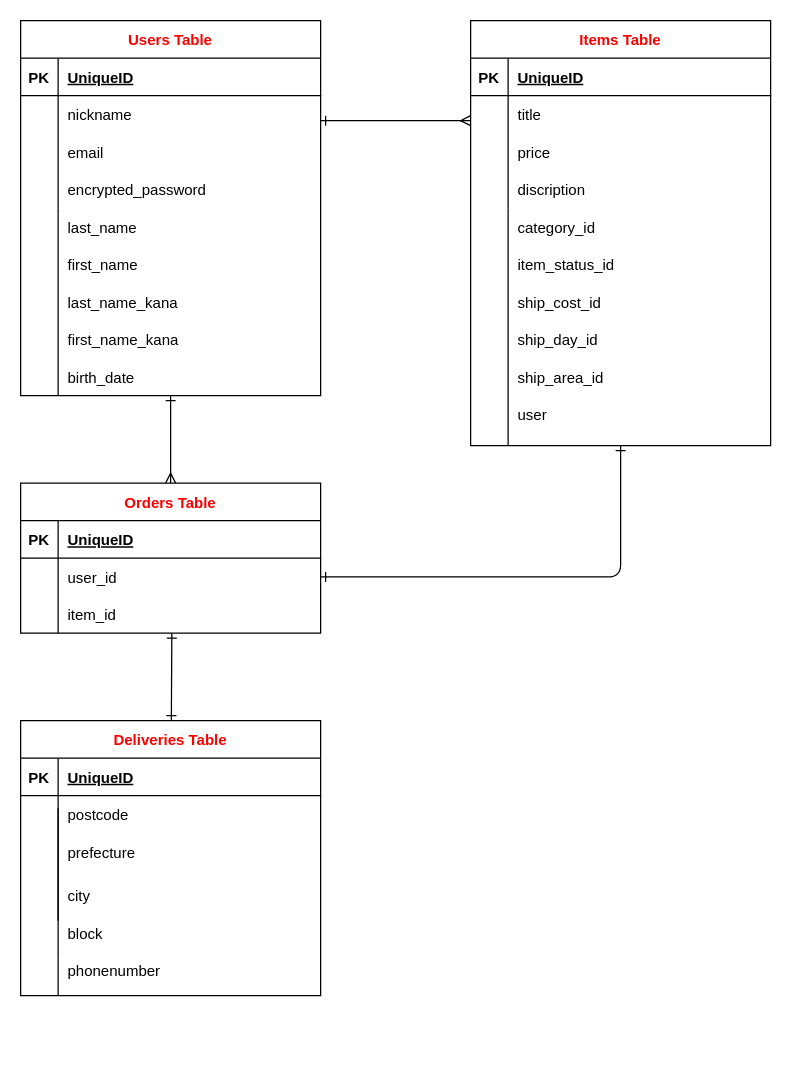
sho-itsuka/furima-37665 keeps this draw.io diagram as furima-er.dio. Above is the earlier version. Source tidied: cells renumbered, new cells numbered last; positions are measured from the earlier drawing's top-left corner, leaving out a move shared by most shapes. Both pictures are drawn from the tidied source at 125%, with x=0, y=0 at pixel (20, 20).
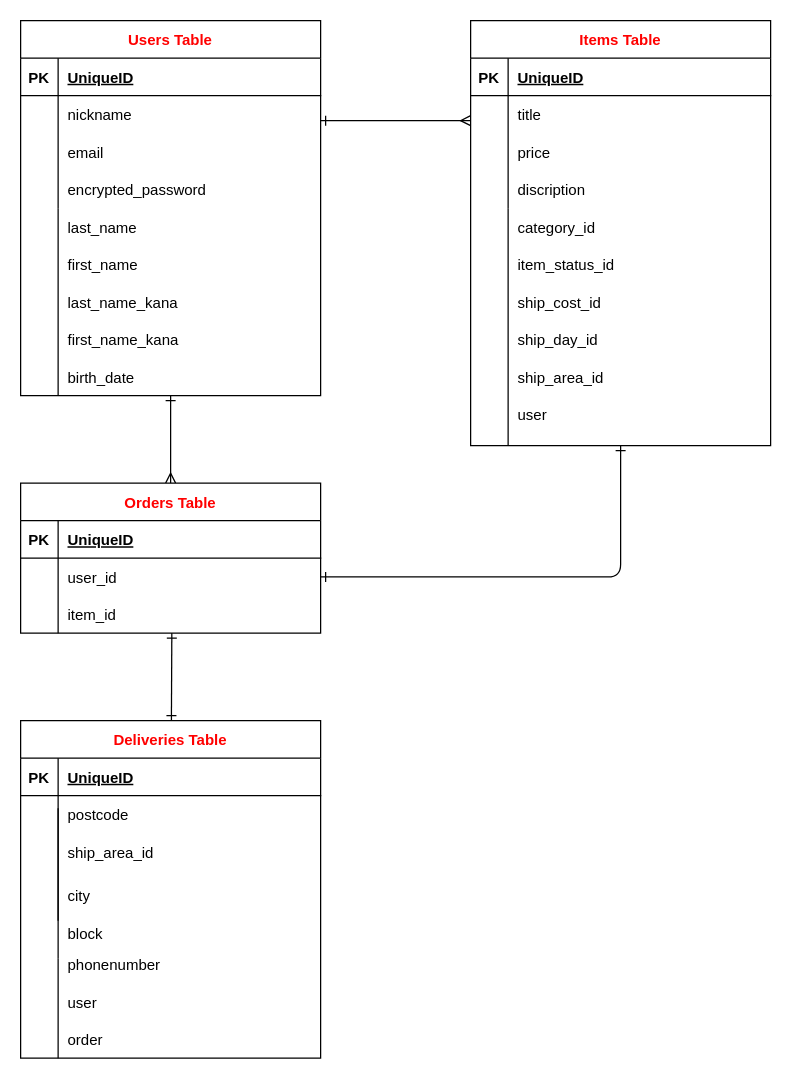
Above is the later version.

The change refers to these unchanged cells:
```xml
<mxCell id="51" style="shape=partialRectangle;fillColor=none;top=0;left=0;bottom=0;right=0;strokeColor=default;" parent="44" vertex="1">
  <mxGeometry y="90" width="240" height="30" as="geometry" />
</mxCell>
```

Diff of the diagram source:
```diff
@@
     <mxCell id="44" value="Deliveries Table" style="shape=table;startSize=30;childLayout=tableLayout;rowLines=0;fontStyle=1;align=center;strokeColor=default;fillColor=none;fontColor=#FF0000;" parent="1" vertex="1">
-      <mxGeometry y="560" width="240" height="220" as="geometry" />
+      <mxGeometry y="560" width="240" height="270" as="geometry" />
     </mxCell>
@@
-    <mxCell id="53" value="prefecture" style="shape=partialRectangle;fillColor=none;top=0;left=0;bottom=0;right=0;align=left;spacingLeft=6;overflow=hidden;strokeColor=default;" parent="51" vertex="1">
+    <mxCell id="53" value="ship_area_id" style="shape=partialRectangle;fillColor=none;top=0;left=0;bottom=0;right=0;align=left;spacingLeft=6;overflow=hidden;strokeColor=default;" parent="51" vertex="1">
       <mxGeometry x="30" width="210" height="30" as="geometry" />
     </mxCell>
@@
     <mxCell id="60" value="phonenumber" style="shape=partialRectangle;fillColor=none;top=0;left=0;bottom=0;right=0;align=left;spacingLeft=6;overflow=hidden;strokeColor=default;" parent="1" vertex="1">
-      <mxGeometry x="30" y="740" width="210" height="40" as="geometry" />
+      <mxGeometry x="30" y="740" width="210" height="30" as="geometry" />
     </mxCell>
@@
     <mxCell id="72" style="endArrow=none;html=1;rounded=0;" parent="1" edge="1">
       <mxGeometry relative="1" as="geometry">
         <mxPoint x="30" y="750" as="sourcePoint" />
-        <mxPoint x="30" y="780" as="targetPoint" />
+        <mxPoint x="30" y="830" as="targetPoint" />
       </mxGeometry>
     </mxCell>
+    <mxCell id="73" value="order" style="shape=partialRectangle;fillColor=none;top=0;left=0;bottom=0;right=0;align=left;spacingLeft=6;overflow=hidden;strokeColor=default;" parent="1" vertex="1">
+      <mxGeometry x="30" y="800" width="210" height="30" as="geometry" />
+    </mxCell>
+    <mxCell id="74" value="user" style="shape=partialRectangle;fillColor=none;top=0;left=0;bottom=0;right=0;align=left;spacingLeft=6;overflow=hidden;strokeColor=default;" parent="1" vertex="1">
+      <mxGeometry x="30" y="770" width="210" height="30" as="geometry" />
+    </mxCell>
```
